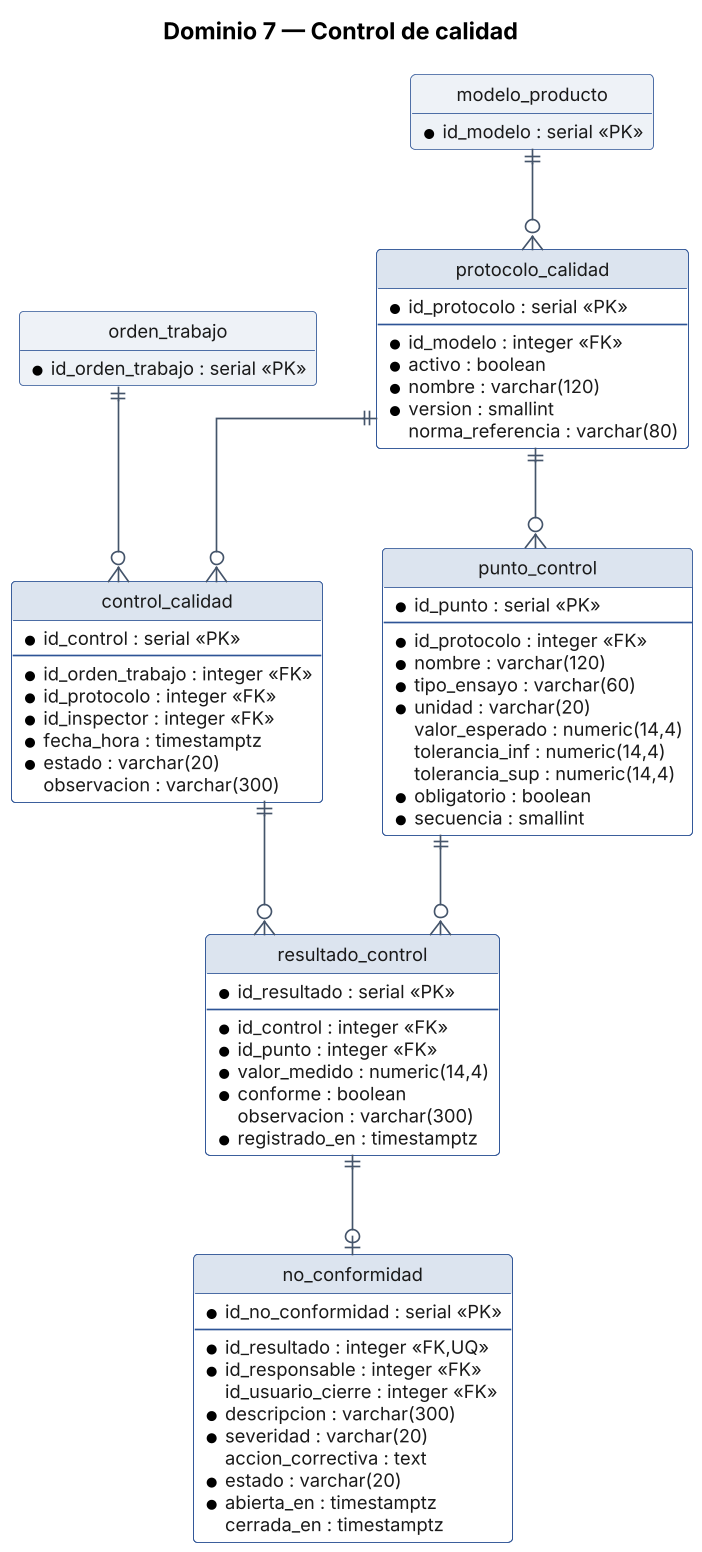
Earlier version of the PlantUML export Fase 2/Evidencias Proyecto/Evidencias de documentación/3. Análisis y diseño/SITRAFO_Diagramas_MER_y_Clases/Diagramas MER/MER_Calidad.png (benjamindelgado-dev/SITRAFO).
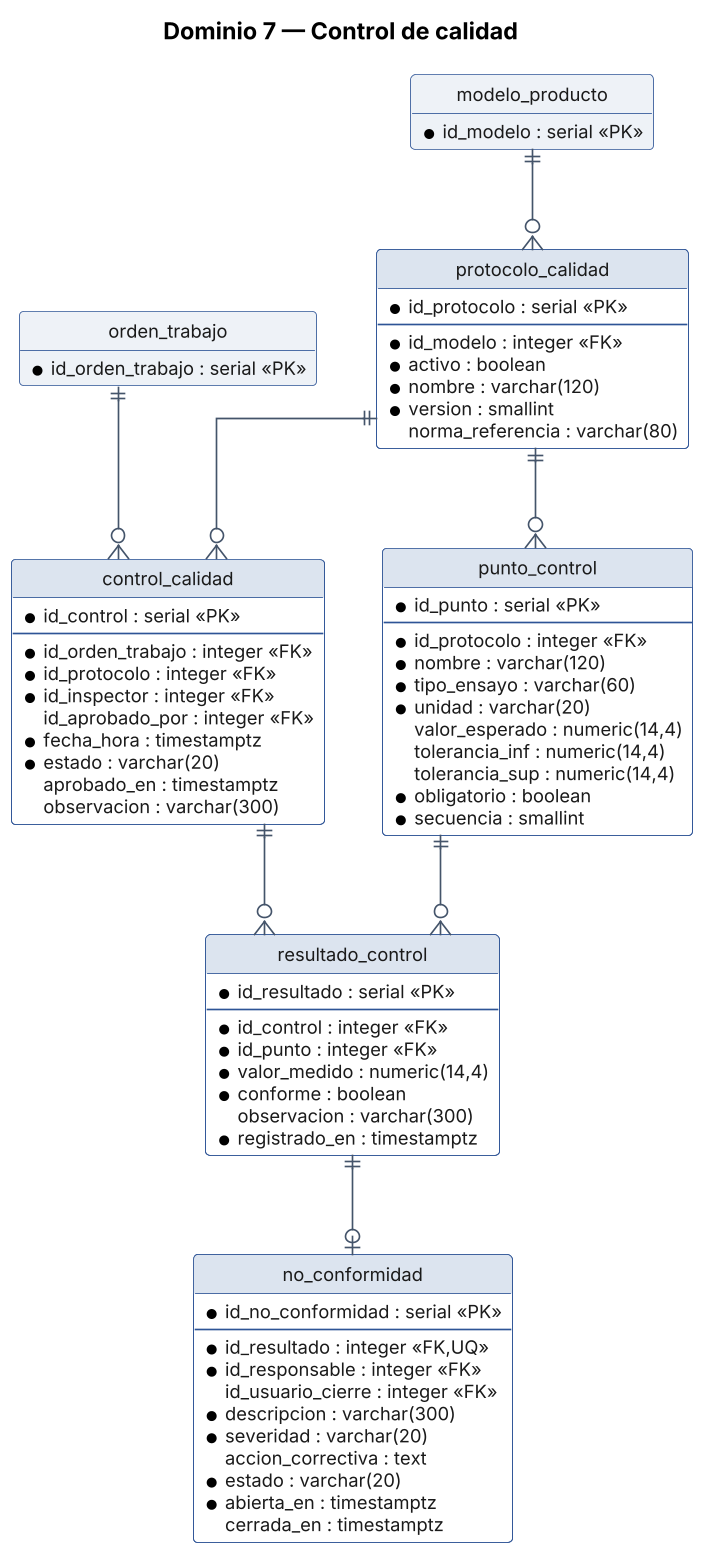
Above is the later version.

Diff of the diagram source:
```diff
@@ -30,8 +30,10 @@
   * id_orden_trabajo : integer <<FK>>
   * id_protocolo : integer <<FK>>
   * id_inspector : integer <<FK>>
+  id_aprobado_por : integer <<FK>>
   * fecha_hora : timestamptz
   * estado : varchar(20)
+  aprobado_en : timestamptz
   observacion : varchar(300)
 }
 entity "resultado_control" as t3 {
```
